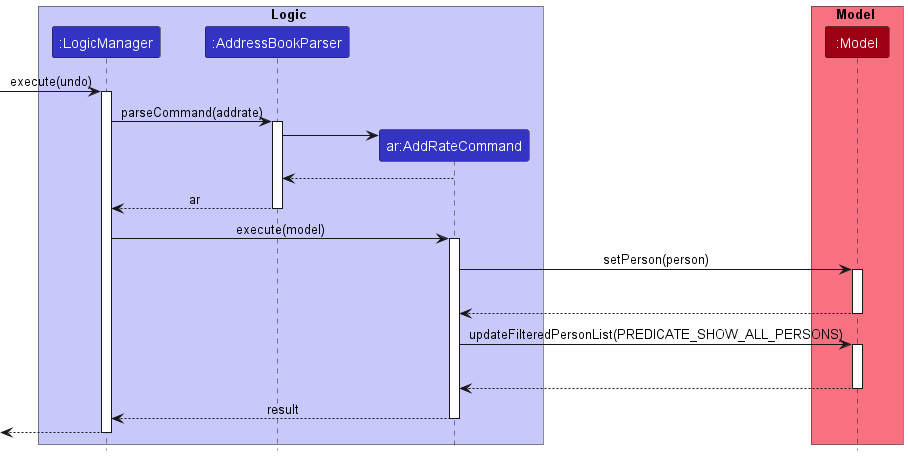
Before: docs/images/AddRateSequenceDiagram.png, a diagram exported from PlantUML (nus-cs2103-AY2223S1/tp).
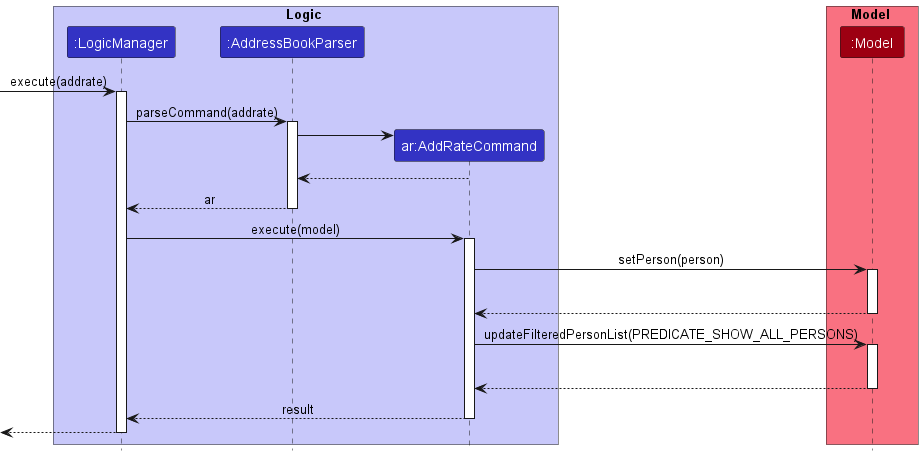
After the change.

Diff of the diagram source:
```diff
@@ -10,7 +10,7 @@
 box Model MODEL_COLOR_T1
 participant ":Model" as Model MODEL_COLOR
 end box
-[-> LogicManager : execute(undo)
+[-> LogicManager : execute(addrate)
 activate LogicManager
 
 LogicManager -> AddressBookParser : parseCommand(addrate)
```
